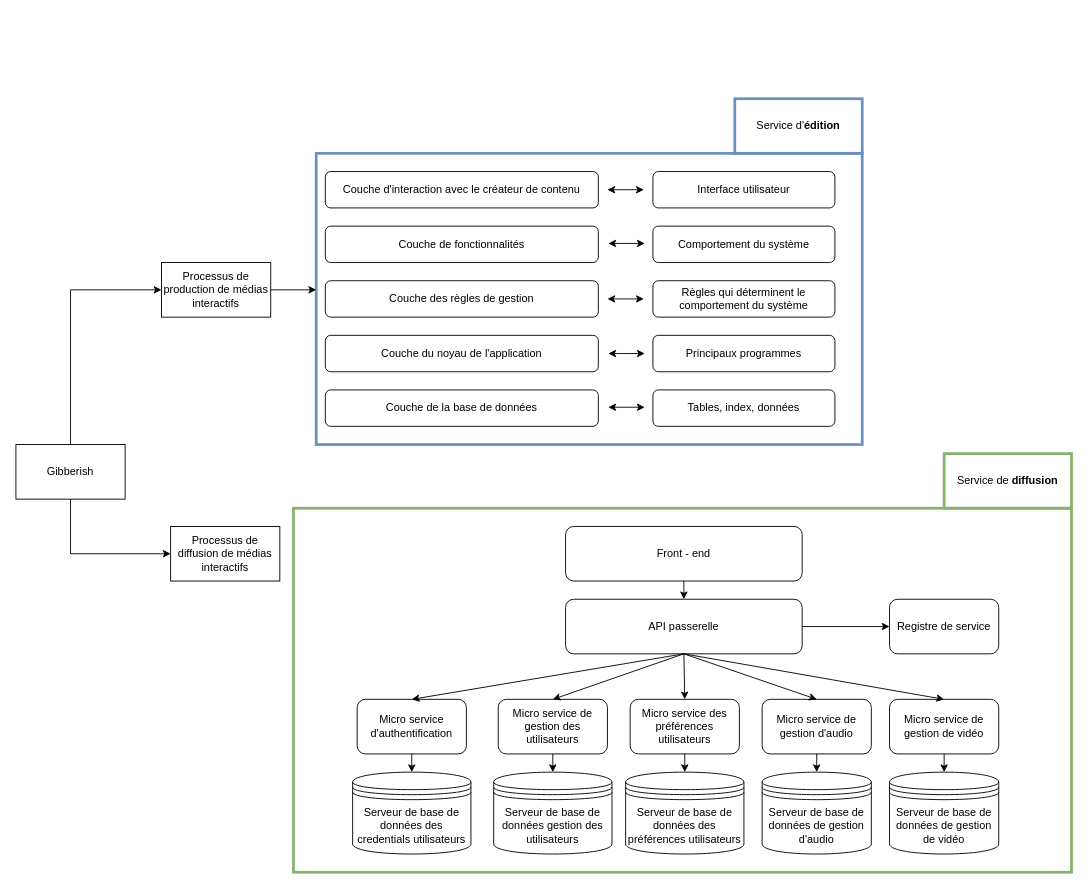
Above: GibberiashTargetApplicativeArchitecture.drawio in cjour/audit_logistics (draw.io), before the change. Source tidied: cells renumbered, new cells numbered last; positions are measured from the earlier drawing's top-left corner, leaving out a move shared by most shapes. Both pictures are drawn from the tidied source at 91%, with x=0, y=0 at pixel (15, 98).
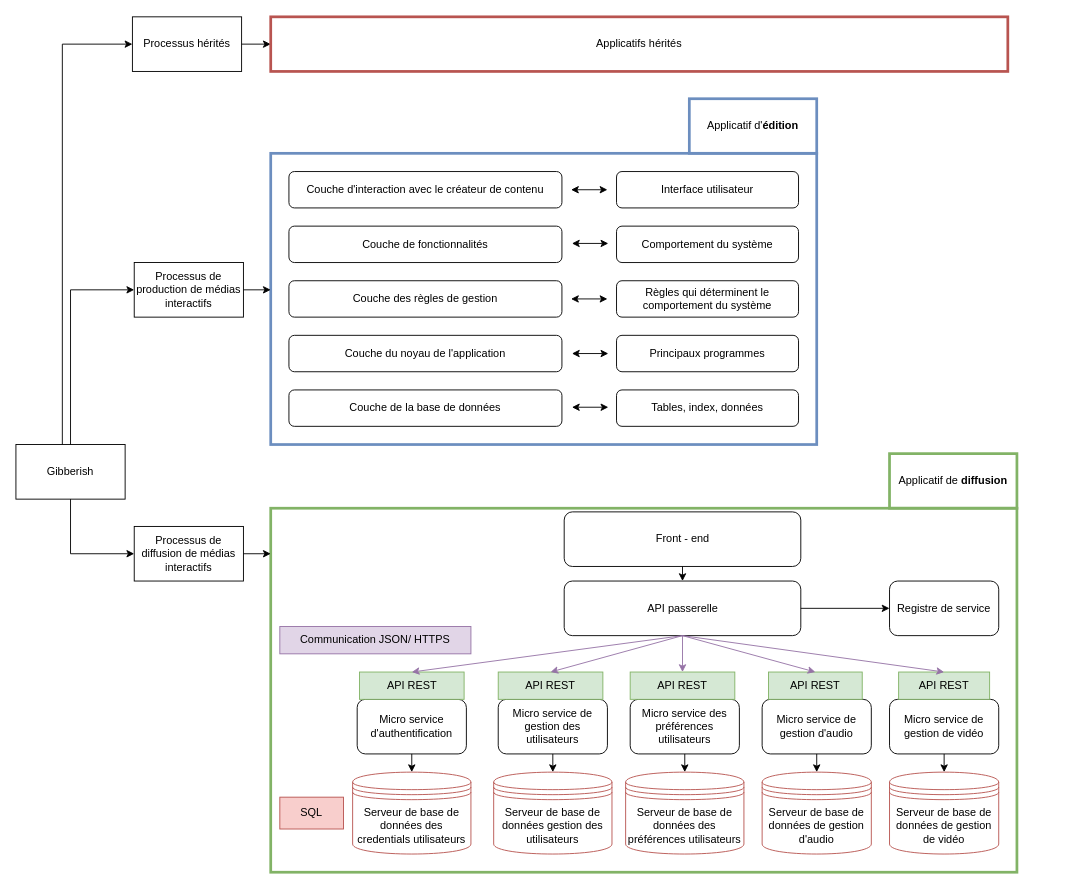
The same diagram, later.

Commit message (it also covers changes not shown here):
Mettre à jour GibberiashTargetApplicativeArchitecture.drawio

Unchanged cells that the change refers to:
```xml
<mxCell id="29" value="&lt;div&gt;Micro service d'authentification&lt;br&gt;&lt;/div&gt;" style="rounded=1;whiteSpace=wrap;html=1;" parent="1" vertex="1">
  <mxGeometry x="375" y="660" width="120" height="60" as="geometry" />
</mxCell>
<mxCell id="30" value="&lt;div&gt;Micro service de gestion de vidéo&lt;br&gt;&lt;/div&gt;" style="rounded=1;whiteSpace=wrap;html=1;" parent="1" vertex="1">
  <mxGeometry x="960" y="660" width="120" height="60" as="geometry" />
</mxCell>
<mxCell id="38" value="&lt;div&gt;Micro service de gestion d'audio&lt;br&gt;&lt;/div&gt;" style="rounded=1;whiteSpace=wrap;html=1;" parent="1" vertex="1">
  <mxGeometry x="820" y="660" width="120" height="60" as="geometry" />
</mxCell>
<mxCell id="41" value="&lt;div&gt;Micro service de gestion des utilisateurs&lt;br&gt;&lt;/div&gt;" style="rounded=1;whiteSpace=wrap;html=1;" parent="1" vertex="1">
  <mxGeometry x="530" y="660" width="120" height="60" as="geometry" />
</mxCell>
<mxCell id="44" value="&lt;div&gt;Micro service des préférences utilisateurs&lt;br&gt;&lt;/div&gt;" style="rounded=1;whiteSpace=wrap;html=1;" parent="1" vertex="1">
  <mxGeometry x="675" y="660" width="120" height="60" as="geometry" />
</mxCell>
```

What changed in the source:
```diff
@@
+    <mxCell id="18" style="rounded=0;whiteSpace=wrap;html=1;fillColor=none;strokeColor=#6c8ebf;strokeWidth=3;" parent="1" vertex="1">
+      <mxGeometry x="280" y="60" width="600" height="320" as="geometry" />
+    </mxCell>
     <mxCell id="2" style="rounded=0;whiteSpace=wrap;html=1;strokeWidth=3;fillColor=none;strokeColor=#82b366;" parent="1" vertex="1">
-      <mxGeometry x="305" y="450" width="855" height="400" as="geometry" />
+      <mxGeometry x="280" y="450" width="820" height="400" as="geometry" />
     </mxCell>
     <mxCell id="3" value="Couche d'interaction avec le créateur de contenu" style="rounded=1;whiteSpace=wrap;html=1;" parent="1" vertex="1">
-      <mxGeometry x="340" y="80" width="300" height="40" as="geometry" />
+      <mxGeometry x="300" y="80" width="300" height="40" as="geometry" />
     </mxCell>
     <mxCell id="4" value="Couche de fonctionnalités" style="rounded=1;whiteSpace=wrap;html=1;" parent="1" vertex="1">
-      <mxGeometry x="340" y="140" width="300" height="40" as="geometry" />
+      <mxGeometry x="300" y="140" width="300" height="40" as="geometry" />
     </mxCell>
     <mxCell id="5" value="Couche des règles de gestion" style="rounded=1;whiteSpace=wrap;html=1;" parent="1" vertex="1">
-      <mxGeometry x="340" y="200" width="300" height="40" as="geometry" />
+      <mxGeometry x="300" y="200" width="300" height="40" as="geometry" />
     </mxCell>
     <mxCell id="6" value="Couche de la base de données" style="rounded=1;whiteSpace=wrap;html=1;" parent="1" vertex="1">
-      <mxGeometry x="340" y="320" width="300" height="40" as="geometry" />
+      <mxGeometry x="300" y="320" width="300" height="40" as="geometry" />
     </mxCell>
     <mxCell id="7" value="Couche du noyau de l'application" style="rounded=1;whiteSpace=wrap;html=1;" parent="1" vertex="1">
-      <mxGeometry x="340" y="260" width="300" height="40" as="geometry" />
+      <mxGeometry x="300" y="260" width="300" height="40" as="geometry" />
     </mxCell>
     <mxCell id="8" value="Interface utilisateur" style="rounded=1;whiteSpace=wrap;html=1;" parent="1" vertex="1">
-      <mxGeometry x="700" y="80" width="200" height="40" as="geometry" />
+      <mxGeometry x="660" y="80" width="200" height="40" as="geometry" />
     </mxCell>
     <mxCell id="9" value="Comportement du système" style="rounded=1;whiteSpace=wrap;html=1;" parent="1" vertex="1">
-      <mxGeometry x="700" y="140" width="200" height="40" as="geometry" />
+      <mxGeometry x="660" y="140" width="200" height="40" as="geometry" />
     </mxCell>
     <mxCell id="10" value="Règles qui déterminent le comportement du système" style="rounded=1;whiteSpace=wrap;html=1;" parent="1" vertex="1">
-      <mxGeometry x="700" y="200" width="200" height="40" as="geometry" />
+      <mxGeometry x="660" y="200" width="200" height="40" as="geometry" />
     </mxCell>
     <mxCell id="11" value="Principaux programmes" style="rounded=1;whiteSpace=wrap;html=1;" parent="1" vertex="1">
-      <mxGeometry x="700" y="260" width="200" height="40" as="geometry" />
+      <mxGeometry x="660" y="260" width="200" height="40" as="geometry" />
     </mxCell>
     <mxCell id="12" value="Tables, index, données" style="rounded=1;whiteSpace=wrap;html=1;" parent="1" vertex="1">
-      <mxGeometry x="700" y="320" width="200" height="40" as="geometry" />
+      <mxGeometry x="660" y="320" width="200" height="40" as="geometry" />
     </mxCell>
     <mxCell id="13" style="endArrow=classic;startArrow=classic;html=1;rounded=0;" parent="1" edge="1">
       <mxGeometry relative="1" as="geometry">
-        <mxPoint x="650" y="100" as="sourcePoint" />
-        <mxPoint x="690" y="100" as="targetPoint" />
+        <mxPoint x="610" y="100" as="sourcePoint" />
+        <mxPoint x="650" y="100" as="targetPoint" />
       </mxGeometry>
     </mxCell>
     <mxCell id="14" style="endArrow=classic;startArrow=classic;html=1;rounded=0;" parent="1" edge="1">
       <mxGeometry relative="1" as="geometry">
-        <mxPoint x="651" y="159" as="sourcePoint" />
-        <mxPoint x="691" y="159" as="targetPoint" />
+        <mxPoint x="611" y="159" as="sourcePoint" />
+        <mxPoint x="651" y="159" as="targetPoint" />
       </mxGeometry>
     </mxCell>
     <mxCell id="15" style="endArrow=classic;startArrow=classic;html=1;rounded=0;" parent="1" edge="1">
       <mxGeometry relative="1" as="geometry">
-        <mxPoint x="650" y="220" as="sourcePoint" />
-        <mxPoint x="690" y="220" as="targetPoint" />
+        <mxPoint x="610" y="220" as="sourcePoint" />
+        <mxPoint x="650" y="220" as="targetPoint" />
       </mxGeometry>
     </mxCell>
     <mxCell id="16" style="endArrow=classic;startArrow=classic;html=1;rounded=0;" parent="1" edge="1">
       <mxGeometry relative="1" as="geometry">
-        <mxPoint x="651" y="280" as="sourcePoint" />
-        <mxPoint x="691" y="280" as="targetPoint" />
+        <mxPoint x="611" y="280" as="sourcePoint" />
+        <mxPoint x="651" y="280" as="targetPoint" />
       </mxGeometry>
     </mxCell>
     <mxCell id="17" style="endArrow=classic;startArrow=classic;html=1;rounded=0;" parent="1" edge="1">
       <mxGeometry relative="1" as="geometry">
-        <mxPoint x="651" y="339" as="sourcePoint" />
-        <mxPoint x="691" y="339" as="targetPoint" />
+        <mxPoint x="611" y="339" as="sourcePoint" />
+        <mxPoint x="651" y="339" as="targetPoint" />
       </mxGeometry>
     </mxCell>
-    <mxCell id="18" style="rounded=0;whiteSpace=wrap;html=1;fillColor=none;strokeColor=#6c8ebf;strokeWidth=3;" parent="1" vertex="1">
-      <mxGeometry x="330" y="60" width="600" height="320" as="geometry" />
-    </mxCell>
-    <mxCell id="19" value="Service d'&lt;b&gt;édition&lt;/b&gt;" style="rounded=0;whiteSpace=wrap;html=1;strokeWidth=3;fillColor=none;strokeColor=#6c8ebf;" parent="1" vertex="1">
-      <mxGeometry x="790" width="140" height="60" as="geometry" />
+    <mxCell id="19" value="Applicatif d'&lt;b&gt;édition&lt;/b&gt;" style="rounded=0;whiteSpace=wrap;html=1;strokeWidth=3;fillColor=none;strokeColor=#6c8ebf;" parent="1" vertex="1">
+      <mxGeometry x="740" width="140" height="60" as="geometry" />
     </mxCell>
-    <mxCell id="20" value="Service de &lt;b&gt;diffusion&lt;/b&gt;" style="rounded=0;whiteSpace=wrap;html=1;strokeWidth=3;fillColor=none;strokeColor=#82b366;" parent="1" vertex="1">
-      <mxGeometry x="1020" y="390" width="140" height="60" as="geometry" />
+    <mxCell id="20" value="Applicatif de &lt;b&gt;diffusion&lt;/b&gt;" style="rounded=0;whiteSpace=wrap;html=1;strokeWidth=3;fillColor=none;strokeColor=#82b366;" parent="1" vertex="1">
+      <mxGeometry x="960" y="390" width="140" height="60" as="geometry" />
     </mxCell>
@@
     <mxCell id="22" value="Processus de production de médias interactifs" style="rounded=0;whiteSpace=wrap;html=1;strokeWidth=1;fillColor=none;" parent="1" vertex="1">
-      <mxGeometry x="160" y="180" width="120" height="60" as="geometry" />
+      <mxGeometry x="130" y="180" width="120" height="60" as="geometry" />
     </mxCell>
     <mxCell id="23" value="Processus de diffusion de médias interactifs" style="rounded=0;whiteSpace=wrap;html=1;strokeWidth=1;fillColor=none;" parent="1" vertex="1">
-      <mxGeometry x="170" y="470" width="120" height="60" as="geometry" />
+      <mxGeometry x="130" y="470" width="120" height="60" as="geometry" />
     </mxCell>
@@
     <mxCell id="25" style="endArrow=classic;html=1;rounded=0;exitX=1;exitY=0.5;exitDx=0;exitDy=0;" parent="1" edge="1" source="22">
       <mxGeometry relative="1" as="geometry">
-        <mxPoint x="330" y="210" as="targetPoint" />
+        <mxPoint x="280" y="210" as="targetPoint" />
       </mxGeometry>
     </mxCell>
@@
     <mxCell id="27" value="API passerelle" style="rounded=1;whiteSpace=wrap;html=1;" parent="1" vertex="1">
-      <mxGeometry x="604" y="550" width="260" height="60" as="geometry" />
+      <mxGeometry x="602.5" y="530" width="260" height="60" as="geometry" />
     </mxCell>
     <mxCell id="28" value="Registre de service" style="rounded=1;whiteSpace=wrap;html=1;" parent="1" vertex="1">
-      <mxGeometry x="960" y="550" width="120" height="60" as="geometry" />
+      <mxGeometry x="960" y="530" width="120" height="60" as="geometry" />
     </mxCell>
@@
-    <mxCell id="31" value="Serveur de base de données des credentials utilisateurs" style="shape=datastore;whiteSpace=wrap;html=1;" parent="1" vertex="1">
+    <mxCell id="31" value="Serveur de base de données des credentials utilisateurs" style="shape=datastore;whiteSpace=wrap;html=1;fillColor=none;strokeColor=#b85450;" parent="1" vertex="1">
       <mxGeometry x="370" y="740" width="130" height="90" as="geometry" />
     </mxCell>
-    <mxCell id="32" value="Serveur de base de données de gestion d'audio" style="shape=datastore;whiteSpace=wrap;html=1;" parent="1" vertex="1">
+    <mxCell id="32" value="Serveur de base de données de gestion d'audio" style="shape=datastore;whiteSpace=wrap;html=1;fillColor=none;strokeColor=#b85450;" parent="1" vertex="1">
       <mxGeometry x="820" y="740" width="120" height="90" as="geometry" />
     </mxCell>
-    <mxCell id="33" value="Serveur de base de données de gestion de vidéo" style="shape=datastore;whiteSpace=wrap;html=1;" parent="1" vertex="1">
+    <mxCell id="33" value="Serveur de base de données de gestion de vidéo" style="shape=datastore;whiteSpace=wrap;html=1;fillColor=none;strokeColor=#b85450;" parent="1" vertex="1">
       <mxGeometry x="960" y="740" width="120" height="90" as="geometry" />
     </mxCell>
     <mxCell id="34" value="Front - end" style="rounded=1;whiteSpace=wrap;html=1;" parent="1" vertex="1">
-      <mxGeometry x="604" y="470" width="260" height="60" as="geometry" />
+      <mxGeometry x="602.5" y="454" width="260" height="60" as="geometry" />
     </mxCell>
@@
-    <mxCell id="42" value="Serveur de base de données gestion des utilisateurs" style="shape=datastore;whiteSpace=wrap;html=1;" parent="1" vertex="1">
+    <mxCell id="42" value="Serveur de base de données gestion des utilisateurs" style="shape=datastore;whiteSpace=wrap;html=1;fillColor=none;strokeColor=#b85450;" parent="1" vertex="1">
       <mxGeometry x="525" y="740" width="130" height="90" as="geometry" />
     </mxCell>
@@
-    <mxCell id="45" value="Serveur de base de données des préférences utilisateurs" style="shape=datastore;whiteSpace=wrap;html=1;" parent="1" vertex="1">
+    <mxCell id="45" value="Serveur de base de données des préférences utilisateurs" style="shape=datastore;whiteSpace=wrap;html=1;fillColor=none;strokeColor=#b85450;" parent="1" vertex="1">
       <mxGeometry x="670" y="740" width="130" height="90" as="geometry" />
     </mxCell>
@@
-    <mxCell id="47" style="endArrow=classic;html=1;rounded=0;entryX=0.5;entryY=0;entryDx=0;entryDy=0;exitX=0.5;exitY=1;exitDx=0;exitDy=0;" parent="1" edge="1" source="27" target="29">
+    <mxCell id="47" style="endArrow=classic;html=1;rounded=0;entryX=0.5;entryY=0;entryDx=0;entryDy=0;exitX=0.5;exitY=1;exitDx=0;exitDy=0;startArrow=none;" parent="1" edge="1" source="52" target="29">
       <mxGeometry relative="1" as="geometry" />
     </mxCell>
-    <mxCell id="48" style="endArrow=classic;html=1;rounded=0;entryX=0.5;entryY=0;entryDx=0;entryDy=0;exitX=0.5;exitY=1;exitDx=0;exitDy=0;" parent="1" edge="1" source="27" target="41">
-      <mxGeometry relative="1" as="geometry" />
-    </mxCell>
-    <mxCell id="49" style="endArrow=classic;html=1;rounded=0;exitX=0.5;exitY=1;exitDx=0;exitDy=0;entryX=0.5;entryY=0;entryDx=0;entryDy=0;" parent="1" edge="1" source="27" target="44">
-      <mxGeometry relative="1" as="geometry" />
-    </mxCell>
-    <mxCell id="50" style="endArrow=classic;html=1;rounded=0;exitX=0.5;exitY=1;exitDx=0;exitDy=0;entryX=0.5;entryY=0;entryDx=0;entryDy=0;" parent="1" edge="1" source="27" target="38">
-      <mxGeometry relative="1" as="geometry" />
-    </mxCell>
-    <mxCell id="51" style="endArrow=classic;html=1;rounded=0;exitX=0.5;exitY=1;exitDx=0;exitDy=0;entryX=0.5;entryY=0;entryDx=0;entryDy=0;" parent="1" edge="1" source="27" target="30">
-      <mxGeometry relative="1" as="geometry" />
-    </mxCell>
+    <mxCell id="52" value="API REST" style="rounded=0;whiteSpace=wrap;html=1;fillColor=#d5e8d4;strokeColor=#82b366;" parent="1" vertex="1">
+      <mxGeometry x="377.5" y="630" width="115" height="30" as="geometry" />
+    </mxCell>
+    <mxCell id="53" style="endArrow=classic;html=1;rounded=0;entryX=0.5;entryY=0;entryDx=0;entryDy=0;exitX=0.5;exitY=1;exitDx=0;exitDy=0;fillColor=#e1d5e7;strokeColor=#9673a6;" parent="1" edge="1" source="27" target="52">
+      <mxGeometry relative="1" as="geometry" />
+    </mxCell>
+    <mxCell id="54" value="API REST" style="rounded=0;whiteSpace=wrap;html=1;fillColor=#d5e8d4;strokeColor=#82b366;" parent="1" vertex="1">
+      <mxGeometry x="530" y="630" width="115" height="30" as="geometry" />
+    </mxCell>
+    <mxCell id="55" style="endArrow=classic;html=1;rounded=0;entryX=0.5;entryY=0;entryDx=0;entryDy=0;exitX=0.5;exitY=1;exitDx=0;exitDy=0;fillColor=#e1d5e7;strokeColor=#9673a6;" parent="1" edge="1" source="27" target="54">
+      <mxGeometry relative="1" as="geometry" />
+    </mxCell>
+    <mxCell id="56" value="API REST" style="rounded=0;whiteSpace=wrap;html=1;fillColor=#d5e8d4;strokeColor=#82b366;" parent="1" vertex="1">
+      <mxGeometry x="675" y="630" width="115" height="30" as="geometry" />
+    </mxCell>
+    <mxCell id="57" style="endArrow=classic;html=1;rounded=0;entryX=0.5;entryY=0;entryDx=0;entryDy=0;exitX=0.5;exitY=1;exitDx=0;exitDy=0;fillColor=#e1d5e7;strokeColor=#9673a6;" parent="1" edge="1" source="27" target="56">
+      <mxGeometry relative="1" as="geometry" />
+    </mxCell>
+    <mxCell id="58" value="API REST" style="rounded=0;whiteSpace=wrap;html=1;fillColor=#d5e8d4;strokeColor=#82b366;" parent="1" vertex="1">
+      <mxGeometry x="827" y="630" width="103" height="30" as="geometry" />
+    </mxCell>
+    <mxCell id="59" style="endArrow=classic;html=1;rounded=0;entryX=0.5;entryY=0;entryDx=0;entryDy=0;exitX=0.5;exitY=1;exitDx=0;exitDy=0;fillColor=#e1d5e7;strokeColor=#9673a6;" parent="1" edge="1" source="27" target="58">
+      <mxGeometry relative="1" as="geometry" />
+    </mxCell>
+    <mxCell id="60" value="API REST" style="rounded=0;whiteSpace=wrap;html=1;fillColor=#d5e8d4;strokeColor=#82b366;" parent="1" vertex="1">
+      <mxGeometry x="970" y="630" width="100" height="30" as="geometry" />
+    </mxCell>
+    <mxCell id="61" style="endArrow=classic;html=1;rounded=0;entryX=0.5;entryY=0;entryDx=0;entryDy=0;exitX=0.5;exitY=1;exitDx=0;exitDy=0;fillColor=#e1d5e7;strokeColor=#9673a6;" parent="1" edge="1" source="27" target="60">
+      <mxGeometry relative="1" as="geometry" />
+    </mxCell>
+    <mxCell id="62" value="Communication JSON/ HTTPS" style="text;html=1;strokeColor=#9673a6;fillColor=#e1d5e7;align=center;verticalAlign=middle;whiteSpace=wrap;rounded=0;" parent="1" vertex="1">
+      <mxGeometry x="290" y="580" width="210" height="30" as="geometry" />
+    </mxCell>
+    <mxCell id="63" value="SQL" style="rounded=0;whiteSpace=wrap;html=1;fillColor=#f8cecc;strokeColor=#b85450;" parent="1" vertex="1">
+      <mxGeometry x="290" y="767.5" width="70" height="35" as="geometry" />
+    </mxCell>
+    <mxCell id="64" style="endArrow=classic;html=1;rounded=0;exitX=1;exitY=0.5;exitDx=0;exitDy=0;" parent="1" edge="1" source="23">
+      <mxGeometry relative="1" as="geometry">
+        <mxPoint x="280" y="500" as="targetPoint" />
+      </mxGeometry>
+    </mxCell>
+    <mxCell id="65" value="Processus hérités" style="rounded=0;whiteSpace=wrap;html=1;strokeWidth=1;fillColor=none;" parent="1" vertex="1">
+      <mxGeometry x="128" y="-90" width="120" height="60" as="geometry" />
+    </mxCell>
+    <mxCell id="66" style="endArrow=classic;html=1;rounded=0;entryX=0;entryY=0.5;entryDx=0;entryDy=0;" parent="1" edge="1" target="65">
+      <mxGeometry relative="1" as="geometry">
+        <mxPoint x="51" y="380" as="sourcePoint" />
+        <Array as="points">
+          <mxPoint x="51" y="-60" />
+        </Array>
+      </mxGeometry>
+    </mxCell>
+    <mxCell id="67" style="endArrow=classic;html=1;rounded=0;exitX=1;exitY=0.5;exitDx=0;exitDy=0;" parent="1" edge="1" source="65">
+      <mxGeometry relative="1" as="geometry">
+        <mxPoint x="280" y="-60" as="targetPoint" />
+      </mxGeometry>
+    </mxCell>
+    <mxCell id="68" value="Applicatifs hérités" style="rounded=0;whiteSpace=wrap;html=1;fillColor=none;strokeColor=#b85450;strokeWidth=3;" parent="1" vertex="1">
+      <mxGeometry x="280" y="-90" width="810" height="60" as="geometry" />
+    </mxCell>
```
